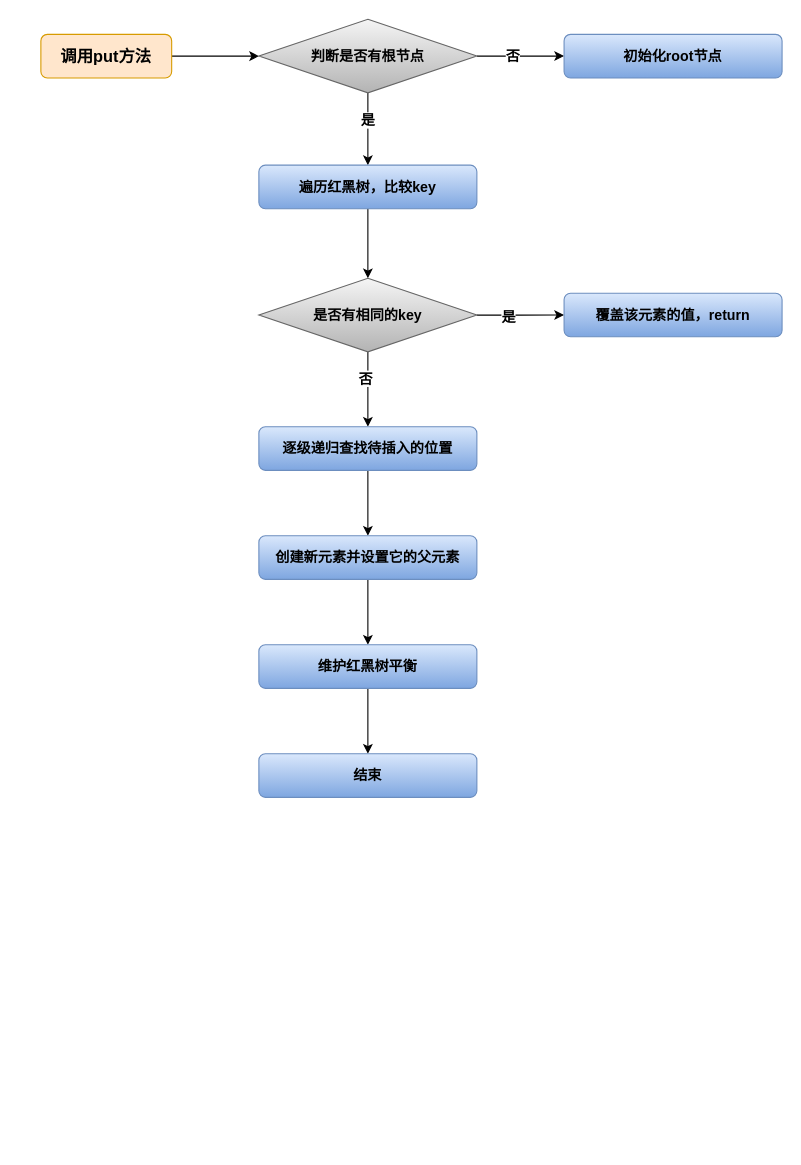
The draw.io diagram typora/JavaSE/6 集合/drawio/put方法流程图.drawio in LDChing0321/JavaLearn, before the edit. Source tidied: cells renumbered, new cells numbered last; positions are measured from the earlier drawing's top-left corner, leaving out a move shared by most shapes. Both pictures are drawn from the tidied source at 109%, with x=0, y=0 at pixel (40, 19).
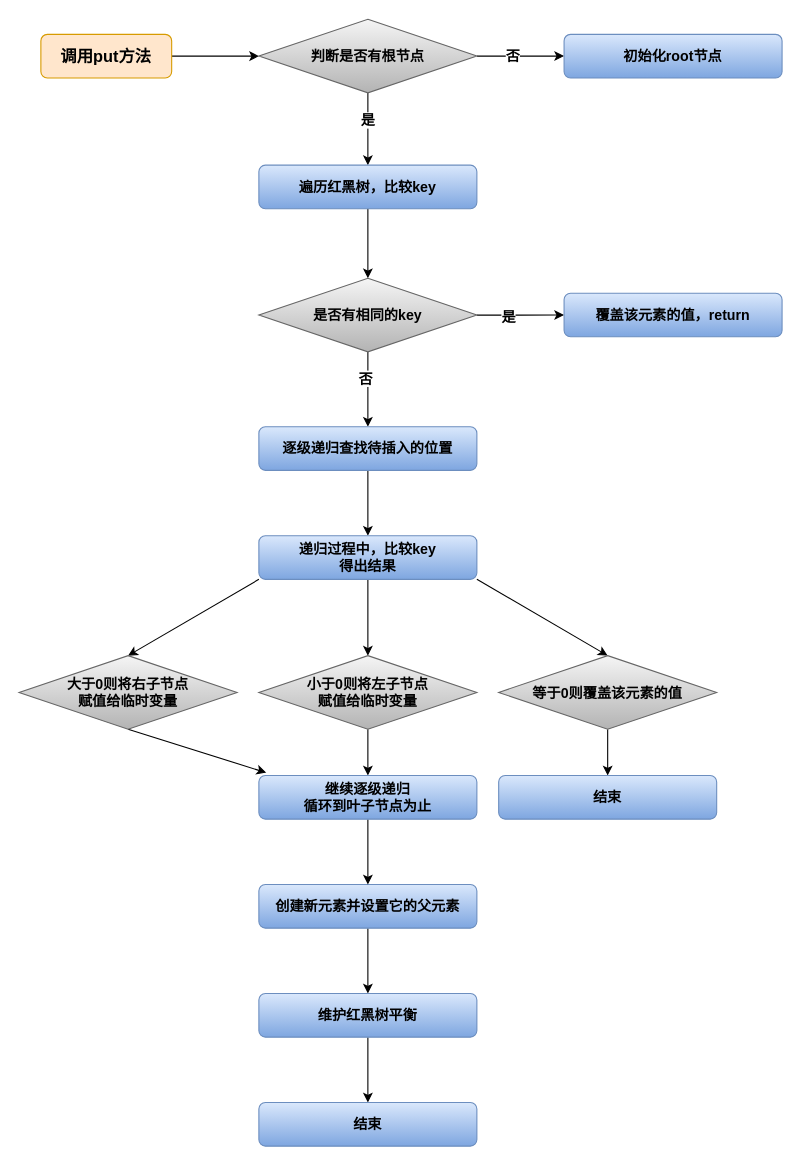
The same page after the edit.

Commit message:
更新put方法流程图.drawio

Unchanged cells that the change refers to:
```xml
<mxCell id="19" value="逐级递归查找待插入的位置" style="rounded=1;whiteSpace=wrap;html=1;fontSize=13;fontStyle=1;fillColor=#dae8fc;strokeColor=#6c8ebf;gradientColor=#7ea6e0;" parent="1" vertex="1">
  <mxGeometry x="200" y="374" width="200" height="40" as="geometry" />
</mxCell>
```

The edit, as a diff of the source:
```diff
@@
-<mxGraphModel>
+<mxGraphModel background="#ffffff">
@@
-    <mxCell id="18" style="edgeStyle=orthogonalEdgeStyle;rounded=0;jettySize=auto;html=1;fontSize=13;" parent="1" edge="1" source="19" target="21">
-      <mxGeometry relative="1" as="geometry" />
-    </mxCell>
+    <mxCell id="25" style="edgeStyle=none;rounded=0;jettySize=auto;html=1;fontSize=13;" parent="1" edge="1" source="19" target="29">
+      <mxGeometry relative="1" as="geometry" />
+    </mxCell>
@@
     <mxCell id="21" value="创建新元素并设置它的父元素" style="rounded=1;whiteSpace=wrap;html=1;fontSize=13;fontStyle=1;fillColor=#dae8fc;strokeColor=#6c8ebf;gradientColor=#7ea6e0;" parent="1" vertex="1">
-      <mxGeometry x="200" y="474" width="200" height="40" as="geometry" />
+      <mxGeometry x="200" y="794" width="200" height="40" as="geometry" />
     </mxCell>
@@
     <mxCell id="23" value="维护红黑树平衡" style="rounded=1;whiteSpace=wrap;html=1;fontSize=13;fontStyle=1;fillColor=#dae8fc;strokeColor=#6c8ebf;gradientColor=#7ea6e0;" parent="1" vertex="1">
-      <mxGeometry x="200" y="574" width="200" height="40" as="geometry" />
+      <mxGeometry x="200" y="894" width="200" height="40" as="geometry" />
     </mxCell>
     <mxCell id="24" value="结束" style="rounded=1;whiteSpace=wrap;html=1;fontSize=13;fontStyle=1;fillColor=#dae8fc;strokeColor=#6c8ebf;gradientColor=#7ea6e0;" parent="1" vertex="1">
-      <mxGeometry x="200" y="674" width="200" height="40" as="geometry" />
+      <mxGeometry x="200" y="994" width="200" height="40" as="geometry" />
     </mxCell>
+    <mxCell id="26" style="edgeStyle=none;rounded=0;jettySize=auto;html=1;fontSize=13;" parent="1" edge="1" source="29" target="33">
+      <mxGeometry relative="1" as="geometry" />
+    </mxCell>
+    <mxCell id="27" style="edgeStyle=none;rounded=0;jettySize=auto;html=1;exitX=0;exitY=1;exitDx=0;exitDy=0;entryX=0.5;entryY=0;entryDx=0;entryDy=0;fontSize=13;" parent="1" edge="1" source="29" target="31">
+      <mxGeometry relative="1" as="geometry" />
+    </mxCell>
+    <mxCell id="28" style="edgeStyle=none;rounded=0;jettySize=auto;html=1;exitX=1;exitY=1;exitDx=0;exitDy=0;entryX=0.5;entryY=0;entryDx=0;entryDy=0;fontSize=13;" parent="1" edge="1" source="29" target="35">
+      <mxGeometry relative="1" as="geometry" />
+    </mxCell>
+    <mxCell id="29" value="递归过程中，比较key&lt;br&gt;得出结果" style="rounded=1;whiteSpace=wrap;html=1;fontSize=13;fontStyle=1;fillColor=#dae8fc;strokeColor=#6c8ebf;gradientColor=#7ea6e0;" parent="1" vertex="1">
+      <mxGeometry x="200" y="474" width="200" height="40" as="geometry" />
+    </mxCell>
+    <mxCell id="30" style="edgeStyle=none;rounded=0;orthogonalLoop=1;jettySize=auto;html=1;exitX=0.5;exitY=1;exitDx=0;exitDy=0;fontSize=13;entryX=0.034;entryY=-0.065;entryDx=0;entryDy=0;entryPerimeter=0;" parent="1" edge="1">
+      <mxGeometry relative="1" as="geometry">
+        <mxPoint x="80" y="651.5" as="sourcePoint" />
+        <mxPoint x="206.8" y="691.4" as="targetPoint" />
+      </mxGeometry>
+    </mxCell>
+    <mxCell id="31" value="大于0则将右子节点&lt;br&gt;赋值给临时变量" style="rhombus;whiteSpace=wrap;html=1;fontSize=13;gradientColor=#b3b3b3;fillColor=#f5f5f5;strokeColor=#666666;fontStyle=1;" parent="1" vertex="1">
+      <mxGeometry x="-20" y="584" width="200" height="67.5" as="geometry" />
+    </mxCell>
+    <mxCell id="32" style="edgeStyle=none;rounded=0;jettySize=auto;html=1;fontSize=13;" parent="1" edge="1" source="33" target="37">
+      <mxGeometry relative="1" as="geometry" />
+    </mxCell>
+    <mxCell id="33" value="小于0则将左子节点&lt;br&gt;赋值给临时变量" style="rhombus;whiteSpace=wrap;html=1;fontSize=13;gradientColor=#b3b3b3;fillColor=#f5f5f5;strokeColor=#666666;fontStyle=1;" parent="1" vertex="1">
+      <mxGeometry x="200" y="584" width="200" height="67.5" as="geometry" />
+    </mxCell>
+    <mxCell id="34" style="edgeStyle=none;rounded=0;jettySize=auto;html=1;fontSize=13;" parent="1" edge="1" source="35" target="38">
+      <mxGeometry relative="1" as="geometry" />
+    </mxCell>
+    <mxCell id="35" value="等于0则覆盖该元素的值" style="rhombus;whiteSpace=wrap;html=1;fontSize=13;gradientColor=#b3b3b3;fillColor=#f5f5f5;strokeColor=#666666;fontStyle=1;" parent="1" vertex="1">
+      <mxGeometry x="420" y="584" width="200" height="67.5" as="geometry" />
+    </mxCell>
+    <mxCell id="36" style="edgeStyle=none;rounded=0;jettySize=auto;html=1;fontSize=13;" parent="1" edge="1" source="37" target="21">
+      <mxGeometry relative="1" as="geometry" />
+    </mxCell>
+    <mxCell id="37" value="继续逐级递归&lt;br&gt;循环到叶子节点为止" style="rounded=1;whiteSpace=wrap;html=1;fontSize=13;fontStyle=1;fillColor=#dae8fc;strokeColor=#6c8ebf;gradientColor=#7ea6e0;" parent="1" vertex="1">
+      <mxGeometry x="200" y="694" width="200" height="40" as="geometry" />
+    </mxCell>
+    <mxCell id="38" value="结束" style="rounded=1;whiteSpace=wrap;html=1;fontSize=13;fontStyle=1;fillColor=#dae8fc;strokeColor=#6c8ebf;gradientColor=#7ea6e0;" parent="1" vertex="1">
+      <mxGeometry x="420" y="694" width="200" height="40" as="geometry" />
+    </mxCell>
```
